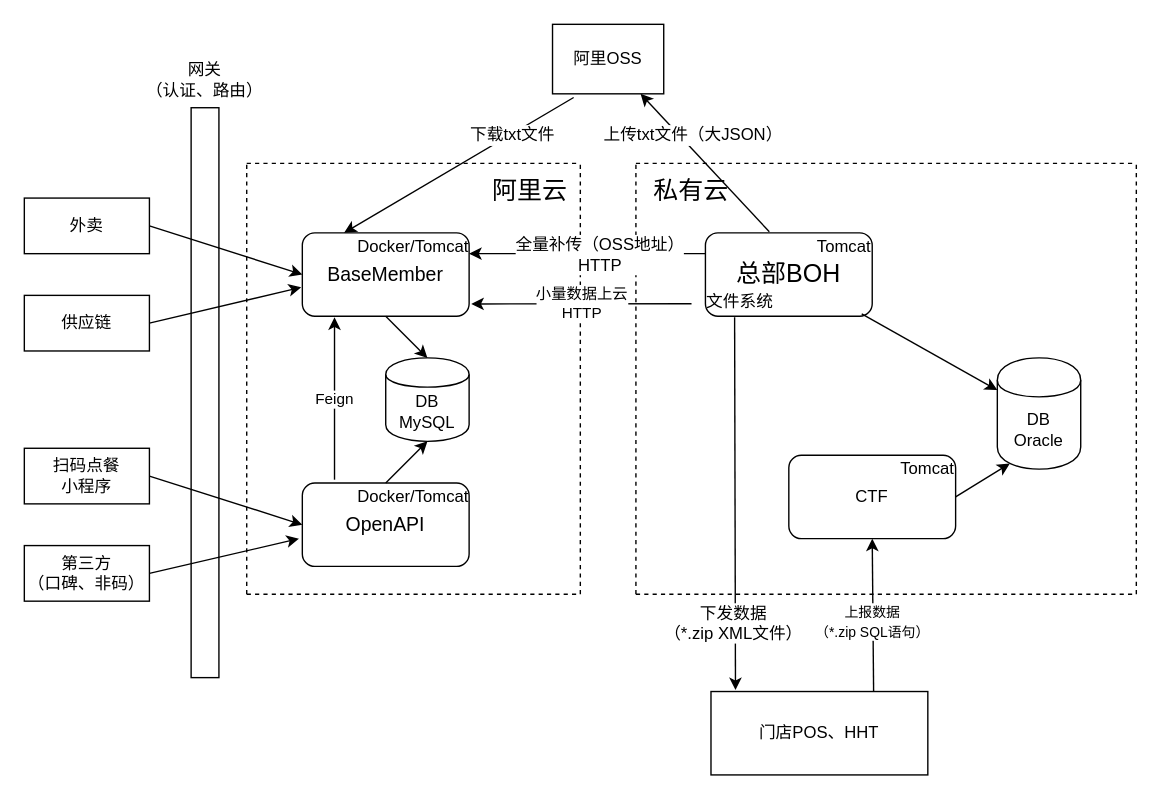
Before: 本地BOH/BOH全景架构.drawio in liuchenwei2000/diagram, a draw.io diagram. Source tidied: cells renumbered, new cells numbered last; positions are measured from the earlier drawing's top-left corner, leaving out a move shared by most shapes. Both pictures are drawn from the tidied source at 139%, with x=0, y=0 at pixel (24, 24).
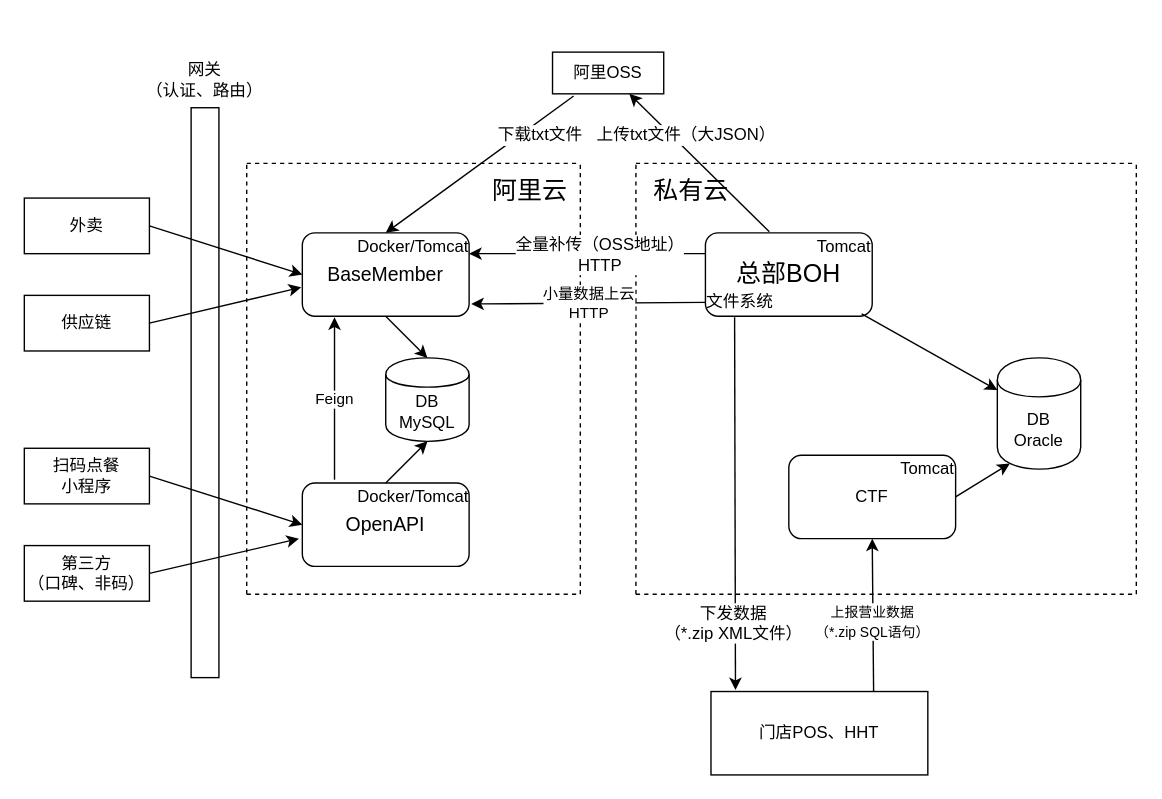
The same diagram, later.

The change refers to these unchanged cells:
```xml
<mxCell id="6" value="文件系统" style="text;html=1;strokeColor=none;fillColor=none;align=center;verticalAlign=middle;whiteSpace=wrap;rounded=0;" parent="1" vertex="1">
  <mxGeometry x="490" y="190" width="50" height="20" as="geometry" />
</mxCell>
<mxCell id="8" value="CTF" style="rounded=1;whiteSpace=wrap;html=1;" parent="1" vertex="1">
  <mxGeometry x="550" y="310" width="120" height="60" as="geometry" />
</mxCell>
<mxCell id="11" value="门店POS、HHT" style="rounded=0;whiteSpace=wrap;html=1;" parent="1" vertex="1">
  <mxGeometry x="494" y="480" width="156" height="60" as="geometry" />
</mxCell>
<mxCell id="20" value="&lt;font style=&quot;font-size: 14px&quot;&gt;BaseMember&lt;/font&gt;" style="rounded=1;whiteSpace=wrap;html=1;" parent="1" vertex="1">
  <mxGeometry x="200" y="150" width="120" height="60" as="geometry" />
</mxCell>
<mxCell id="25" value="Docker/Tomcat" style="text;html=1;strokeColor=none;fillColor=none;align=center;verticalAlign=middle;whiteSpace=wrap;rounded=0;" parent="1" vertex="1">
  <mxGeometry x="240" y="150" width="80" height="20" as="geometry" />
</mxCell>
```

Diff of the diagram source:
```diff
@@
-    <mxCell id="12" value="&lt;font style=&quot;font-size: 10px&quot;&gt;上报数据&lt;br&gt;（*.zip SQL语句）&lt;/font&gt;" style="endArrow=classic;html=1;exitX=0.75;exitY=0;exitDx=0;exitDy=0;entryX=0.5;entryY=1;entryDx=0;entryDy=0;" parent="1" edge="1" source="11" target="8">
+    <mxCell id="12" value="&lt;font style=&quot;font-size: 10px&quot;&gt;上报营业数据&lt;br&gt;（*.zip SQL语句）&lt;/font&gt;" style="endArrow=classic;html=1;exitX=0.75;exitY=0;exitDx=0;exitDy=0;entryX=0.5;entryY=1;entryDx=0;entryDy=0;" parent="1" edge="1" source="11" target="8">
       <mxGeometry x="-0.09" y="1" relative="1" as="geometry" />
     </mxCell>
@@
     <mxCell id="27" value="阿里OSS" style="rounded=0;whiteSpace=wrap;html=1;" parent="1" vertex="1">
-      <mxGeometry x="380" width="80" height="50" as="geometry" />
+      <mxGeometry x="380" y="20" width="80" height="30" as="geometry" />
     </mxCell>
@@
-    <mxCell id="43" value="小量数据上云&lt;br&gt;HTTP" style="endArrow=classic;html=1;entryX=1.013;entryY=0.853;entryDx=0;entryDy=0;entryPerimeter=0;" parent="1" edge="1" target="20">
-      <mxGeometry relative="1" as="geometry">
-        <mxPoint x="480" y="201" as="sourcePoint" />
-      </mxGeometry>
+    <mxCell id="43" value="小量数据上云&lt;br&gt;HTTP" style="endArrow=classic;html=1;entryX=1.013;entryY=0.853;entryDx=0;entryDy=0;entryPerimeter=0;exitX=0;exitY=0.5;exitDx=0;exitDy=0;" parent="1" edge="1" source="6" target="20">
+      <mxGeometry relative="1" as="geometry" />
     </mxCell>
@@
-    <mxCell id="46" style="endArrow=classic;html=1;exitX=0.19;exitY=1.053;exitDx=0;exitDy=0;exitPerimeter=0;entryX=0.25;entryY=0;entryDx=0;entryDy=0;" parent="1" edge="1" source="27" target="20">
+    <mxCell id="46" style="endArrow=classic;html=1;exitX=0.19;exitY=1.053;exitDx=0;exitDy=0;exitPerimeter=0;entryX=0.25;entryY=0;entryDx=0;entryDy=0;" parent="1" edge="1" source="27" target="25">
       <mxGeometry relative="1" as="geometry" />
     </mxCell>
```
